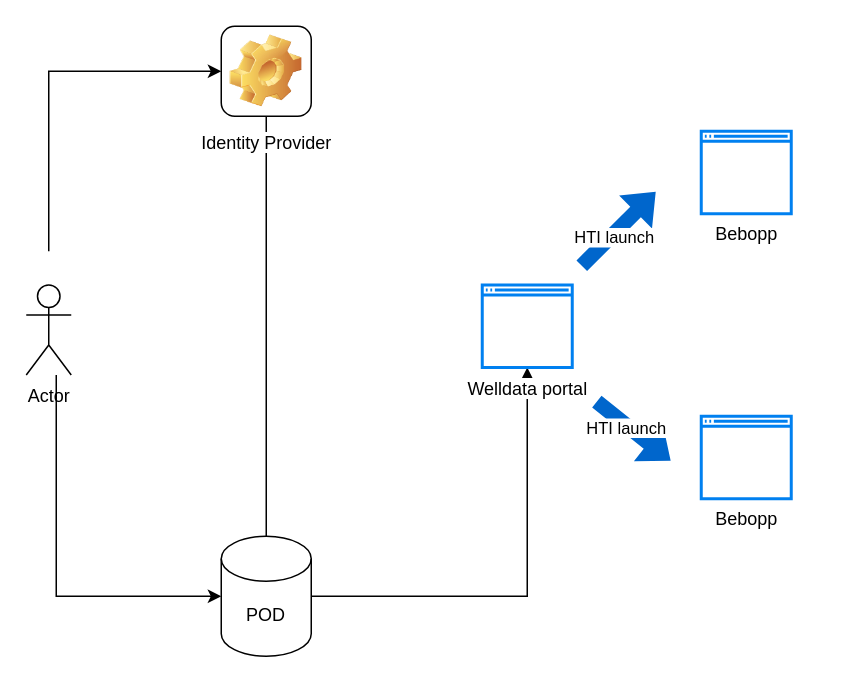
Before: input/images-source/Welldata Overview.drawio in GIDSOpenStandaarden/welldata-implementation-guide, a draw.io diagram. Source tidied: cells renumbered, new cells numbered last; positions are measured from the earlier drawing's top-left corner, leaving out a move shared by most shapes. Both pictures are drawn from the tidied source at 150%, with x=0, y=0 at pixel (26, 26).
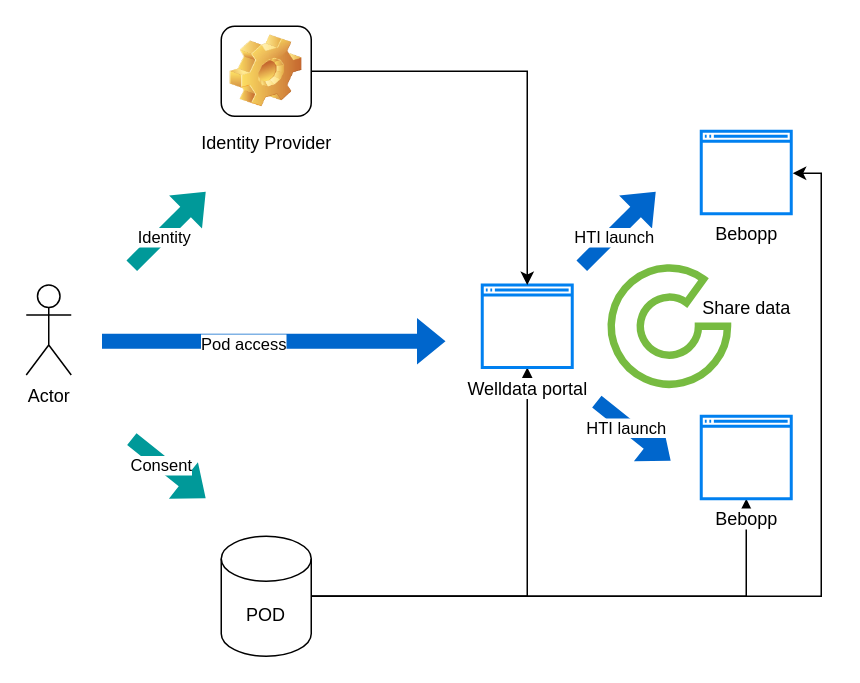
After the change.

Unchanged cells that the change refers to:
```xml
<mxCell id="3" value="Actor" style="shape=umlActor;verticalLabelPosition=bottom;verticalAlign=top;html=1;outlineConnect=0;" parent="1" vertex="1">
  <mxGeometry y="172.5" width="30" height="60" as="geometry" />
</mxCell>
<mxCell id="5" value="POD" style="shape=cylinder3;whiteSpace=wrap;html=1;boundedLbl=1;backgroundOutline=1;size=15;" parent="1" vertex="1">
  <mxGeometry x="130" y="340" width="60" height="80" as="geometry" />
</mxCell>
<mxCell id="6" value="Welldata portal" style="html=1;verticalLabelPosition=bottom;align=center;labelBackgroundColor=#ffffff;verticalAlign=top;strokeWidth=2;strokeColor=#0080F0;shadow=0;dashed=0;shape=mxgraph.ios7.icons.window;" parent="1" vertex="1">
  <mxGeometry x="304" y="172.5" width="60" height="55" as="geometry" />
</mxCell>
<mxCell id="8" value="Bebopp" style="html=1;verticalLabelPosition=bottom;align=center;labelBackgroundColor=#ffffff;verticalAlign=top;strokeWidth=2;strokeColor=#0080F0;shadow=0;dashed=0;shape=mxgraph.ios7.icons.window;" parent="1" vertex="1">
  <mxGeometry x="450" y="70" width="60" height="55" as="geometry" />
</mxCell>
<mxCell id="10" value="Identity Provider" style="icon;html=1;image=img/clipart/Gear_128x128.png;" parent="1" vertex="1">
  <mxGeometry x="130" width="60" height="60" as="geometry" />
</mxCell>
<mxCell id="11" value="Bebopp" style="html=1;verticalLabelPosition=bottom;align=center;labelBackgroundColor=#ffffff;verticalAlign=top;strokeWidth=2;strokeColor=#0080F0;shadow=0;dashed=0;shape=mxgraph.ios7.icons.window;" parent="1" vertex="1">
  <mxGeometry x="450" y="260" width="60" height="55" as="geometry" />
</mxCell>
```

Diff of the diagram source:
```diff
@@
-    <mxCell id="2" style="edgeStyle=orthogonalEdgeStyle;rounded=0;jettySize=auto;html=1;entryX=0;entryY=0.5;entryDx=0;entryDy=0;" parent="1" edge="1" target="10">
-      <mxGeometry relative="1" as="geometry">
-        <mxPoint x="15" y="150" as="sourcePoint" />
-        <Array as="points">
-          <mxPoint x="15" y="30" />
-        </Array>
-      </mxGeometry>
-    </mxCell>
@@
+    <mxCell id="16" style="edgeStyle=orthogonalEdgeStyle;rounded=0;jettySize=auto;html=1;" parent="1" edge="1" source="5" target="11">
+      <mxGeometry relative="1" as="geometry" />
+    </mxCell>
@@
-    <mxCell id="7" style="edgeStyle=orthogonalEdgeStyle;rounded=0;jettySize=auto;html=1;entryX=0;entryY=0.5;entryDx=0;entryDy=0;entryPerimeter=0;" parent="1" edge="1" source="3" target="5">
-      <mxGeometry relative="1" as="geometry">
-        <Array as="points">
-          <mxPoint x="20" y="380" />
-        </Array>
-      </mxGeometry>
-    </mxCell>
@@
-    <mxCell id="9" style="edgeStyle=orthogonalEdgeStyle;rounded=0;jettySize=auto;html=1;endArrow=none;startFill=0;" parent="1" edge="1" source="10" target="5">
-      <mxGeometry relative="1" as="geometry" />
-    </mxCell>
+    <mxCell id="17" style="edgeStyle=orthogonalEdgeStyle;rounded=0;jettySize=auto;html=1;" parent="1" edge="1" source="10" target="6">
+      <mxGeometry relative="1" as="geometry" />
+    </mxCell>
@@
+    <mxCell id="18" style="shape=flexArrow;endArrow=classic;html=1;rounded=0;fillColor=#009999;strokeColor=none;" parent="1" edge="1">
+      <mxGeometry relative="1" as="geometry">
+        <mxPoint x="70" y="160" as="sourcePoint" />
+        <mxPoint x="120" y="110" as="targetPoint" />
+      </mxGeometry>
+    </mxCell>
+    <mxCell id="19" value="Identity" style="edgeLabel;html=1;align=center;verticalAlign=middle;" parent="18" vertex="1">
+      <mxGeometry x="-0.18" y="-1" relative="1" as="geometry" />
+    </mxCell>
+    <mxCell id="20" style="shape=flexArrow;endArrow=classic;html=1;rounded=0;fillColor=#0066CC;strokeColor=none;" parent="1" edge="1">
+      <mxGeometry relative="1" as="geometry">
+        <mxPoint x="50" y="210" as="sourcePoint" />
+        <mxPoint x="280" y="210" as="targetPoint" />
+      </mxGeometry>
+    </mxCell>
+    <mxCell id="21" value="Pod access" style="edgeLabel;html=1;align=center;verticalAlign=middle;" parent="20" vertex="1">
+      <mxGeometry x="-0.18" y="-1" relative="1" as="geometry" />
+    </mxCell>
+    <mxCell id="22" style="shape=flexArrow;endArrow=classic;html=1;rounded=0;fillColor=#009999;strokeColor=none;" parent="1" edge="1">
+      <mxGeometry relative="1" as="geometry">
+        <mxPoint x="70" y="275" as="sourcePoint" />
+        <mxPoint x="120" y="315" as="targetPoint" />
+      </mxGeometry>
+    </mxCell>
+    <mxCell id="23" value="Consent" style="edgeLabel;html=1;align=center;verticalAlign=middle;" parent="22" vertex="1">
+      <mxGeometry x="-0.18" y="-1" relative="1" as="geometry" />
+    </mxCell>
+    <mxCell id="24" style="edgeStyle=orthogonalEdgeStyle;rounded=0;jettySize=auto;html=1;entryX=1.017;entryY=0.509;entryDx=0;entryDy=0;entryPerimeter=0;" parent="1" edge="1" source="5" target="8">
+      <mxGeometry relative="1" as="geometry" />
+    </mxCell>
+    <mxCell id="25" style="verticalLabelPosition=bottom;verticalAlign=top;html=1;shape=mxgraph.basic.partConcEllipse;startAngle=0.25;endAngle=0.1;arcWidth=0.5;strokeColor=light-dark(#77bb41, #ededed);fillColor=none;strokeWidth=5;" parent="1" vertex="1">
+      <mxGeometry x="390" y="161.2" width="77.5" height="77.5" as="geometry" />
+    </mxCell>
+    <mxCell id="26" value="Share data" style="text;html=1;align=center;verticalAlign=middle;strokeColor=none;fillColor=none;" parent="1" vertex="1">
+      <mxGeometry x="440" y="172.5" width="80" height="30" as="geometry" />
+    </mxCell>
```
